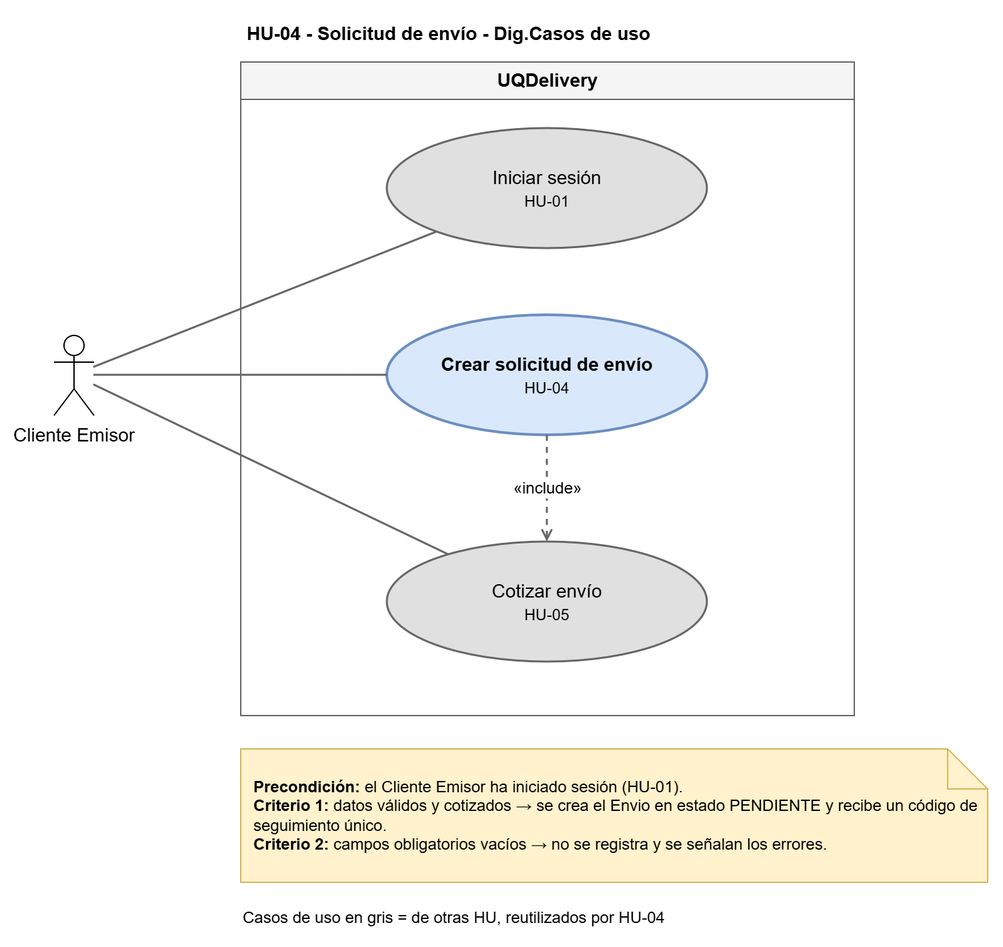
Before: docs/HU4/HU-04 - Solicitud de envío - Casos de uso.drawio.png, a diagram exported from draw.io (Joab-SC/UQDelivery). Source tidied: cells renumbered, new cells last; positions are measured from the earlier drawing's top-left corner, leaving out a move shared by most shapes.
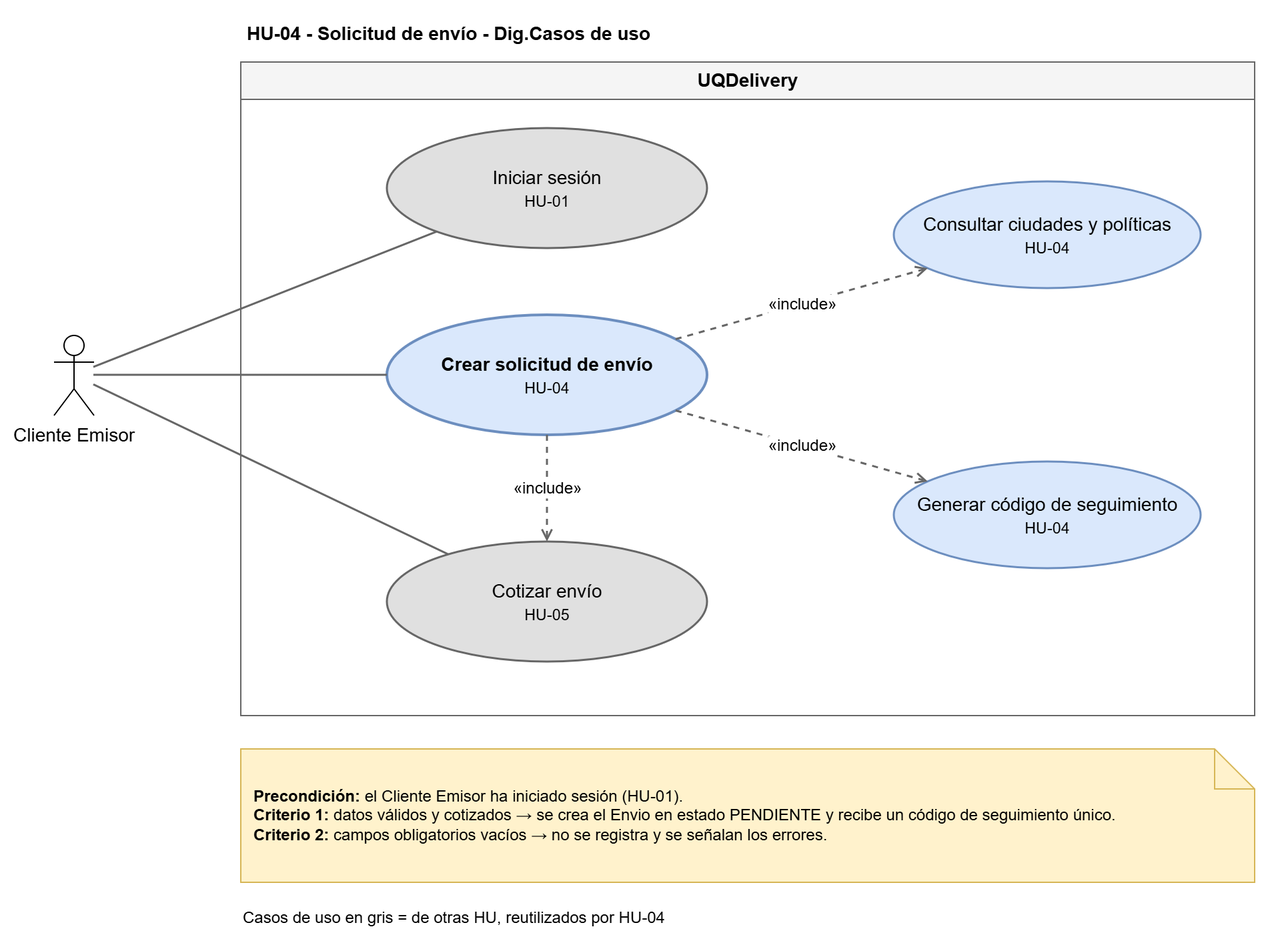
The same diagram one commit later.

Commit message:
docs(HU-04): agrega include de ciudades y código al caso de uso

Agrega «Consultar ciudades y políticas» y «Generar código de seguimiento» como «include» de «Crear solicitud de envío», para que coincida con el diagrama de casos de uso general.

The edit, as a diff of the source:
```diff
@@ -6,7 +6,7 @@
       <mxGeometry y="241" width="30" height="60" as="geometry" />
     </mxCell>
     <mxCell id="3" value="UQDelivery" style="swimlane;startSize=28;html=1;fontSize=14;fillColor=#f5f5f5;strokeColor=#666666;" parent="1" vertex="1">
-      <mxGeometry x="140" y="36" width="460" height="490" as="geometry" />
+      <mxGeometry x="140" y="36" width="760" height="490" as="geometry" />
     </mxCell>
     <mxCell id="4" value="Iniciar sesión&lt;br&gt;&lt;small&gt;HU-01&lt;/small&gt;" style="ellipse;whiteSpace=wrap;html=1;fontSize=14;fillColor=#e0e0e0;strokeColor=#666666;strokeWidth=1.5;" parent="3" vertex="1">
       <mxGeometry x="110" y="50" width="240" height="90" as="geometry" />
@@ -20,6 +20,18 @@
     <mxCell id="7" value="«include»" style="dashed=1;endArrow=open;html=1;strokeColor=#666666;strokeWidth=1.5;fontSize=12;labelBackgroundColor=default;defaultLabelBackgroundColor=page;labelPlacement=auto;" parent="3" edge="1" source="5" target="6">
       <mxGeometry relative="1" as="geometry" />
     </mxCell>
+    <mxCell id="14" value="Consultar ciudades y políticas&lt;br&gt;&lt;small&gt;HU-04&lt;/small&gt;" style="ellipse;whiteSpace=wrap;html=1;fontSize=14;fillColor=#dae8fc;strokeColor=#6c8ebf;strokeWidth=1.5;" parent="3" vertex="1">
+      <mxGeometry x="490" y="90" width="230" height="80" as="geometry" />
+    </mxCell>
+    <mxCell id="15" value="Generar código de seguimiento&lt;br&gt;&lt;small&gt;HU-04&lt;/small&gt;" style="ellipse;whiteSpace=wrap;html=1;fontSize=14;fillColor=#dae8fc;strokeColor=#6c8ebf;strokeWidth=1.5;" parent="3" vertex="1">
+      <mxGeometry x="490" y="300" width="230" height="80" as="geometry" />
+    </mxCell>
+    <mxCell id="16" value="«include»" style="dashed=1;endArrow=open;html=1;strokeColor=#666666;strokeWidth=1.5;fontSize=12;labelBackgroundColor=default;" parent="3" edge="1" source="5" target="14">
+      <mxGeometry relative="1" as="geometry" />
+    </mxCell>
+    <mxCell id="17" value="«include»" style="dashed=1;endArrow=open;html=1;strokeColor=#666666;strokeWidth=1.5;fontSize=12;labelBackgroundColor=default;" parent="3" edge="1" source="5" target="15">
+      <mxGeometry relative="1" as="geometry" />
+    </mxCell>
     <mxCell id="8" style="endArrow=none;html=1;strokeColor=#666666;strokeWidth=1.5;labelBackgroundColor=default;defaultLabelBackgroundColor=page;" parent="1" edge="1" source="2" target="4">
       <mxGeometry relative="1" as="geometry" />
     </mxCell>
@@ -30,7 +42,7 @@
       <mxGeometry relative="1" as="geometry" />
     </mxCell>
     <mxCell id="11" value="&lt;b&gt;Precondición:&lt;/b&gt; el Cliente Emisor ha iniciado sesión (HU-01).&lt;br&gt;&lt;b&gt;Criterio 1:&lt;/b&gt; datos válidos y cotizados → se crea el Envio en estado PENDIENTE y recibe un código de seguimiento único.&lt;br&gt;&lt;b&gt;Criterio 2:&lt;/b&gt; campos obligatorios vacíos → no se registra y se señalan los errores." style="shape=note;whiteSpace=wrap;html=1;fontSize=12;align=left;spacingLeft=8;fillColor=#fff2cc;strokeColor=#d6b656;" parent="1" vertex="1">
-      <mxGeometry x="140" y="551" width="560" height="100" as="geometry" />
+      <mxGeometry x="140" y="551" width="760" height="100" as="geometry" />
     </mxCell>
     <mxCell id="12" value="Casos de uso en gris = de otras HU, reutilizados por HU-04" style="text;html=1;fontSize=12;align=left;verticalAlign=middle;" parent="1" vertex="1">
       <mxGeometry x="140" y="666" width="560" height="24" as="geometry" />
```
